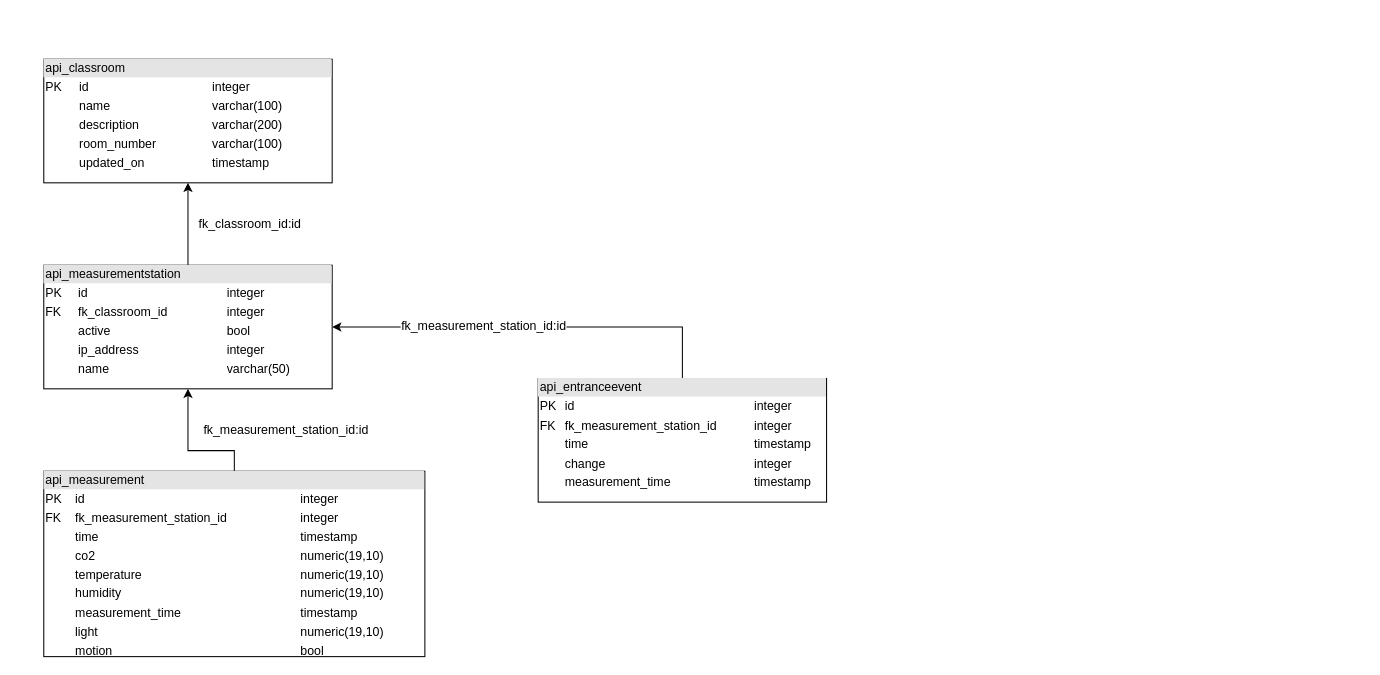
This is Modelle/UML/UML_RelModel_DDI_LE2.drawio from yvokeller/ddi-mc3, a draw.io file, before an edit. Source tidied: cells renumbered, new cells numbered last; positions are measured from the earlier drawing's top-left corner, leaving out a move shared by most shapes. Both pictures are drawn from the tidied source at 103%, with x=0, y=0 at pixel (43, 59).
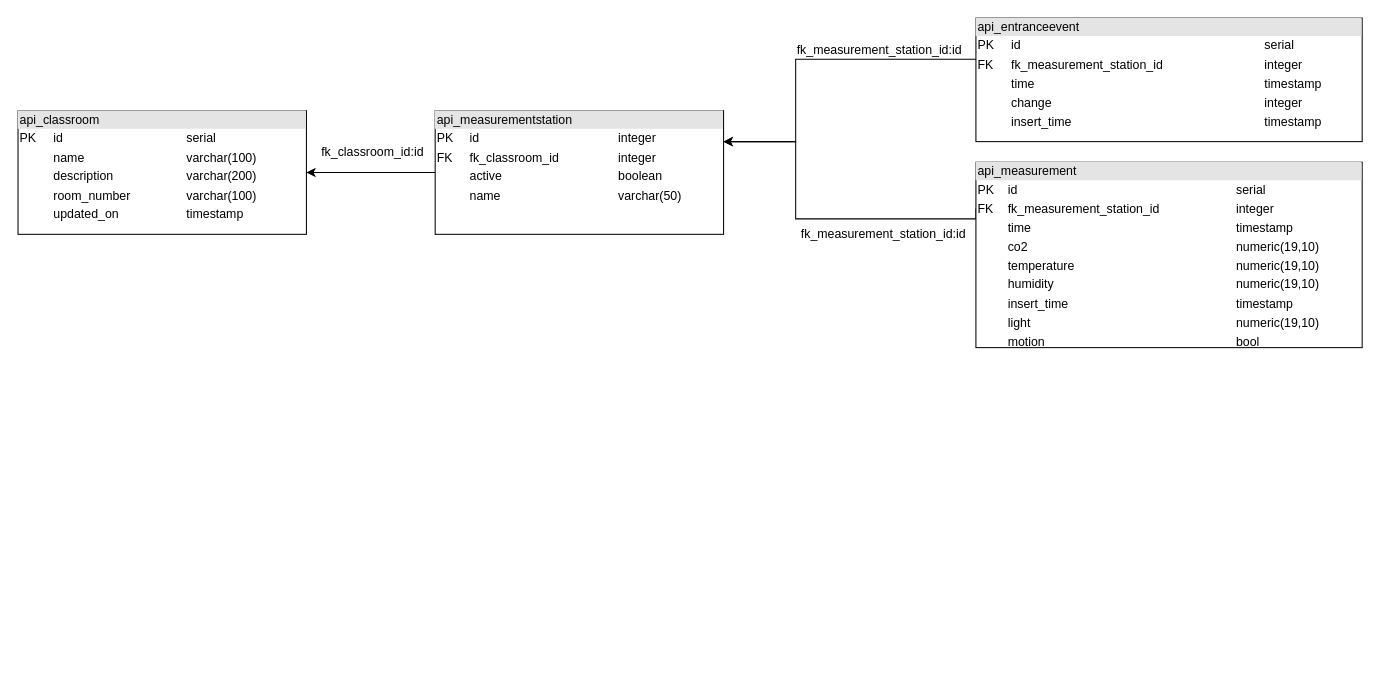
The same diagram, later.

Diff of the diagram source:
```diff
@@
 <mxGraphModel>
   <root>
     <mxCell id="0" />
     <mxCell id="1" parent="0" />
-    <mxCell id="2" value="&lt;div style=&quot;box-sizing: border-box ; width: 100% ; background: #e4e4e4 ; padding: 2px&quot;&gt;api_classroom&lt;/div&gt;&lt;table style=&quot;width: 100% ; font-size: 1em&quot; cellpadding=&quot;2&quot; cellspacing=&quot;0&quot;&gt;&lt;tbody&gt;&lt;tr&gt;&lt;td&gt;PK&lt;/td&gt;&lt;td&gt;id&amp;nbsp;&lt;/td&gt;&lt;td&gt;integer&lt;/td&gt;&lt;/tr&gt;&lt;tr&gt;&lt;td&gt;&lt;/td&gt;&lt;td&gt;name&lt;/td&gt;&lt;td&gt;varchar(100)&lt;/td&gt;&lt;/tr&gt;&lt;tr&gt;&lt;td&gt;&lt;br&gt;&lt;/td&gt;&lt;td&gt;description&lt;/td&gt;&lt;td&gt;varchar(200)&lt;/td&gt;&lt;/tr&gt;&lt;tr&gt;&lt;td&gt;&lt;br&gt;&lt;/td&gt;&lt;td&gt;room_number&lt;/td&gt;&lt;td&gt;varchar(100)&lt;/td&gt;&lt;/tr&gt;&lt;tr&gt;&lt;td&gt;&lt;br&gt;&lt;/td&gt;&lt;td&gt;updated_on&lt;/td&gt;&lt;td&gt;timestamp&lt;/td&gt;&lt;/tr&gt;&lt;/tbody&gt;&lt;/table&gt;" style="verticalAlign=top;align=left;overflow=fill;html=1;" parent="1" vertex="1">
-      <mxGeometry width="280" height="120" as="geometry" />
+    <mxCell id="2" value="&lt;div style=&quot;box-sizing: border-box ; width: 100% ; background: #e4e4e4 ; padding: 2px&quot;&gt;api_classroom&lt;/div&gt;&lt;table style=&quot;width: 100% ; font-size: 1em&quot; cellpadding=&quot;2&quot; cellspacing=&quot;0&quot;&gt;&lt;tbody&gt;&lt;tr&gt;&lt;td&gt;PK&lt;/td&gt;&lt;td&gt;id&amp;nbsp;&lt;/td&gt;&lt;td&gt;serial&lt;/td&gt;&lt;/tr&gt;&lt;tr&gt;&lt;td&gt;&lt;/td&gt;&lt;td&gt;name&lt;/td&gt;&lt;td&gt;varchar(100)&lt;/td&gt;&lt;/tr&gt;&lt;tr&gt;&lt;td&gt;&lt;br&gt;&lt;/td&gt;&lt;td&gt;description&lt;/td&gt;&lt;td&gt;varchar(200)&lt;/td&gt;&lt;/tr&gt;&lt;tr&gt;&lt;td&gt;&lt;br&gt;&lt;/td&gt;&lt;td&gt;room_number&lt;/td&gt;&lt;td&gt;varchar(100)&lt;/td&gt;&lt;/tr&gt;&lt;tr&gt;&lt;td&gt;&lt;br&gt;&lt;/td&gt;&lt;td&gt;updated_on&lt;/td&gt;&lt;td&gt;timestamp&lt;/td&gt;&lt;/tr&gt;&lt;/tbody&gt;&lt;/table&gt;" style="verticalAlign=top;align=left;overflow=fill;html=1;" parent="1" vertex="1">
+      <mxGeometry x="-25" y="50" width="280" height="120" as="geometry" />
     </mxCell>
     <mxCell id="3" style="edgeStyle=orthogonalEdgeStyle;rounded=0;jettySize=auto;html=1;" parent="1" edge="1" source="4" target="2">
       <mxGeometry relative="1" as="geometry" />
     </mxCell>
-    <mxCell id="4" value="&lt;div style=&quot;box-sizing: border-box ; width: 100% ; background: #e4e4e4 ; padding: 2px&quot;&gt;api_measurementstation&lt;/div&gt;&lt;table style=&quot;width: 100% ; font-size: 1em&quot; cellpadding=&quot;2&quot; cellspacing=&quot;0&quot;&gt;&lt;tbody&gt;&lt;tr&gt;&lt;td&gt;PK&lt;/td&gt;&lt;td&gt;id&amp;nbsp;&lt;/td&gt;&lt;td&gt;integer&lt;/td&gt;&lt;/tr&gt;&lt;tr&gt;&lt;td&gt;FK&lt;/td&gt;&lt;td&gt;fk_classroom_id&lt;/td&gt;&lt;td&gt;integer&lt;/td&gt;&lt;/tr&gt;&lt;tr&gt;&lt;td&gt;&lt;br&gt;&lt;/td&gt;&lt;td&gt;active&lt;/td&gt;&lt;td&gt;bool&lt;/td&gt;&lt;/tr&gt;&lt;tr&gt;&lt;td&gt;&lt;br&gt;&lt;/td&gt;&lt;td&gt;ip_address&lt;/td&gt;&lt;td&gt;integer&lt;/td&gt;&lt;/tr&gt;&lt;tr&gt;&lt;td&gt;&lt;br&gt;&lt;/td&gt;&lt;td&gt;name&lt;/td&gt;&lt;td&gt;varchar(50)&lt;/td&gt;&lt;/tr&gt;&lt;/tbody&gt;&lt;/table&gt;" style="verticalAlign=top;align=left;overflow=fill;html=1;" parent="1" vertex="1">
-      <mxGeometry y="200" width="280" height="120" as="geometry" />
+    <mxCell id="4" value="&lt;div style=&quot;box-sizing: border-box ; width: 100% ; background: #e4e4e4 ; padding: 2px&quot;&gt;api_measurementstation&lt;/div&gt;&lt;table style=&quot;width: 100% ; font-size: 1em&quot; cellpadding=&quot;2&quot; cellspacing=&quot;0&quot;&gt;&lt;tbody&gt;&lt;tr&gt;&lt;td&gt;PK&lt;/td&gt;&lt;td&gt;id&amp;nbsp;&lt;/td&gt;&lt;td&gt;integer&lt;/td&gt;&lt;/tr&gt;&lt;tr&gt;&lt;td&gt;FK&lt;/td&gt;&lt;td&gt;fk_classroom_id&lt;/td&gt;&lt;td&gt;integer&lt;/td&gt;&lt;/tr&gt;&lt;tr&gt;&lt;td&gt;&lt;br&gt;&lt;/td&gt;&lt;td&gt;active&lt;/td&gt;&lt;td&gt;boolean&lt;/td&gt;&lt;/tr&gt;&lt;tr&gt;&lt;td&gt;&lt;br&gt;&lt;/td&gt;&lt;td&gt;name&lt;/td&gt;&lt;td&gt;varchar(50)&lt;/td&gt;&lt;/tr&gt;&lt;/tbody&gt;&lt;/table&gt;" style="verticalAlign=top;align=left;overflow=fill;html=1;" parent="1" vertex="1">
+      <mxGeometry x="380" y="50" width="280" height="120" as="geometry" />
     </mxCell>
     <mxCell id="5" value="fk_classroom_id:id" style="text;html=1;align=center;verticalAlign=middle;" parent="1" vertex="1">
-      <mxGeometry x="145" y="150" width="110" height="20" as="geometry" />
+      <mxGeometry x="263.5" y="80" width="110" height="20" as="geometry" />
     </mxCell>
-    <mxCell id="6" style="edgeStyle=orthogonalEdgeStyle;rounded=0;jettySize=auto;html=1;" parent="1" edge="1" source="7" target="4">
+    <mxCell id="6" style="edgeStyle=orthogonalEdgeStyle;rounded=0;jettySize=auto;html=1;exitX=0;exitY=0.25;exitDx=0;exitDy=0;entryX=1;entryY=0.25;entryDx=0;entryDy=0;" parent="1" edge="1" source="7" target="4">
       <mxGeometry relative="1" as="geometry">
         <Array as="points">
-          <mxPoint x="185" y="380" />
-          <mxPoint x="140" y="380" />
+          <mxPoint x="905" y="155" />
+          <mxPoint x="730" y="155" />
+          <mxPoint x="730" y="80" />
         </Array>
       </mxGeometry>
     </mxCell>
-    <mxCell id="7" value="&lt;div style=&quot;box-sizing: border-box ; width: 100% ; background: #e4e4e4 ; padding: 2px&quot;&gt;api_measurement&lt;/div&gt;&lt;table style=&quot;width: 100% ; font-size: 1em&quot; cellpadding=&quot;2&quot; cellspacing=&quot;0&quot;&gt;&lt;tbody&gt;&lt;tr&gt;&lt;td&gt;PK&lt;/td&gt;&lt;td&gt;id&amp;nbsp;&lt;/td&gt;&lt;td&gt;integer&lt;/td&gt;&lt;/tr&gt;&lt;tr&gt;&lt;td&gt;FK&lt;/td&gt;&lt;td&gt;fk_measurement_station_id&lt;/td&gt;&lt;td&gt;integer&lt;/td&gt;&lt;/tr&gt;&lt;tr&gt;&lt;td&gt;&lt;br&gt;&lt;/td&gt;&lt;td&gt;time&lt;/td&gt;&lt;td&gt;timestamp&lt;/td&gt;&lt;/tr&gt;&lt;tr&gt;&lt;td&gt;&lt;br&gt;&lt;/td&gt;&lt;td&gt;co2&lt;/td&gt;&lt;td&gt;numeric(19,10)&lt;/td&gt;&lt;/tr&gt;&lt;tr&gt;&lt;td&gt;&lt;br&gt;&lt;/td&gt;&lt;td&gt;temperature&lt;/td&gt;&lt;td&gt;numeric(19,10)&lt;br&gt;&lt;/td&gt;&lt;/tr&gt;&lt;tr&gt;&lt;td&gt;&lt;br&gt;&lt;/td&gt;&lt;td&gt;humidity&lt;/td&gt;&lt;td&gt;numeric(19,10)&lt;br&gt;&lt;/td&gt;&lt;/tr&gt;&lt;tr&gt;&lt;td&gt;&lt;br&gt;&lt;/td&gt;&lt;td&gt;measurement_time&lt;/td&gt;&lt;td&gt;timestamp&lt;/td&gt;&lt;/tr&gt;&lt;tr&gt;&lt;td&gt;&lt;br&gt;&lt;/td&gt;&lt;td&gt;light&lt;/td&gt;&lt;td&gt;numeric(19,10)&lt;br&gt;&lt;/td&gt;&lt;/tr&gt;&lt;tr&gt;&lt;td&gt;&lt;br&gt;&lt;/td&gt;&lt;td&gt;motion&lt;/td&gt;&lt;td&gt;bool&lt;/td&gt;&lt;/tr&gt;&lt;/tbody&gt;&lt;/table&gt;" style="verticalAlign=top;align=left;overflow=fill;html=1;" parent="1" vertex="1">
-      <mxGeometry y="400" width="370" height="180" as="geometry" />
+    <mxCell id="7" value="&lt;div style=&quot;box-sizing: border-box ; width: 100% ; background: #e4e4e4 ; padding: 2px&quot;&gt;api_measurement&lt;/div&gt;&lt;table style=&quot;width: 100% ; font-size: 1em&quot; cellpadding=&quot;2&quot; cellspacing=&quot;0&quot;&gt;&lt;tbody&gt;&lt;tr&gt;&lt;td&gt;PK&lt;/td&gt;&lt;td&gt;id&amp;nbsp;&lt;/td&gt;&lt;td&gt;serial&lt;/td&gt;&lt;/tr&gt;&lt;tr&gt;&lt;td&gt;FK&lt;/td&gt;&lt;td&gt;fk_measurement_station_id&lt;/td&gt;&lt;td&gt;integer&lt;/td&gt;&lt;/tr&gt;&lt;tr&gt;&lt;td&gt;&lt;br&gt;&lt;/td&gt;&lt;td&gt;time&lt;/td&gt;&lt;td&gt;timestamp&lt;/td&gt;&lt;/tr&gt;&lt;tr&gt;&lt;td&gt;&lt;br&gt;&lt;/td&gt;&lt;td&gt;co2&lt;/td&gt;&lt;td&gt;numeric(19,10)&lt;/td&gt;&lt;/tr&gt;&lt;tr&gt;&lt;td&gt;&lt;br&gt;&lt;/td&gt;&lt;td&gt;temperature&lt;/td&gt;&lt;td&gt;numeric(19,10)&lt;br&gt;&lt;/td&gt;&lt;/tr&gt;&lt;tr&gt;&lt;td&gt;&lt;br&gt;&lt;/td&gt;&lt;td&gt;humidity&lt;/td&gt;&lt;td&gt;numeric(19,10)&lt;br&gt;&lt;/td&gt;&lt;/tr&gt;&lt;tr&gt;&lt;td&gt;&lt;br&gt;&lt;/td&gt;&lt;td&gt;insert_time&lt;/td&gt;&lt;td&gt;timestamp&lt;/td&gt;&lt;/tr&gt;&lt;tr&gt;&lt;td&gt;&lt;br&gt;&lt;/td&gt;&lt;td&gt;light&lt;/td&gt;&lt;td&gt;numeric(19,10)&lt;br&gt;&lt;/td&gt;&lt;/tr&gt;&lt;tr&gt;&lt;td&gt;&lt;br&gt;&lt;/td&gt;&lt;td&gt;motion&lt;/td&gt;&lt;td&gt;bool&lt;/td&gt;&lt;/tr&gt;&lt;/tbody&gt;&lt;/table&gt;" style="verticalAlign=top;align=left;overflow=fill;html=1;" parent="1" vertex="1">
+      <mxGeometry x="905" y="100" width="375" height="180" as="geometry" />
     </mxCell>
     <mxCell id="8" value="fk_measurement_station_id:id" style="text;html=1;align=center;verticalAlign=middle;" parent="1" vertex="1">
-      <mxGeometry x="145" y="350" width="180" height="20" as="geometry" />
+      <mxGeometry x="725" y="160" width="180" height="20" as="geometry" />
     </mxCell>
-    <mxCell id="9" style="edgeStyle=orthogonalEdgeStyle;rounded=0;jettySize=auto;html=1;entryX=1;entryY=0.5;entryDx=0;entryDy=0;" parent="1" edge="1" source="11" target="4">
+    <mxCell id="9" style="edgeStyle=orthogonalEdgeStyle;rounded=0;jettySize=auto;html=1;entryX=1;entryY=0.25;entryDx=0;entryDy=0;exitX=0;exitY=0.5;exitDx=0;exitDy=0;" parent="1" edge="1" source="11" target="4">
       <mxGeometry relative="1" as="geometry">
         <Array as="points">
-          <mxPoint x="620" y="260" />
+          <mxPoint x="950" />
+          <mxPoint x="730" />
+          <mxPoint x="730" y="80" />
         </Array>
       </mxGeometry>
     </mxCell>
     <mxCell id="10" value="fk_measurement_station_id:id" style="text;html=1;align=center;verticalAlign=middle;labelBackgroundColor=#ffffff;" parent="9" vertex="1">
-      <mxGeometry x="0.25" y="-2" relative="1" as="geometry" />
+      <mxGeometry x="0.25" y="-2" relative="1" as="geometry">
+        <mxPoint x="67" y="-8" as="offset" />
+      </mxGeometry>
     </mxCell>
-    <mxCell id="11" value="&lt;div style=&quot;box-sizing: border-box ; width: 100% ; background: #e4e4e4 ; padding: 2px&quot;&gt;api_entranceevent&lt;/div&gt;&lt;table style=&quot;width: 100% ; font-size: 1em&quot; cellpadding=&quot;2&quot; cellspacing=&quot;0&quot;&gt;&lt;tbody&gt;&lt;tr&gt;&lt;td&gt;PK&lt;/td&gt;&lt;td&gt;id&amp;nbsp;&lt;/td&gt;&lt;td&gt;integer&lt;/td&gt;&lt;/tr&gt;&lt;tr&gt;&lt;td&gt;FK&lt;/td&gt;&lt;td&gt;fk_measurement_station_id&lt;br&gt;&lt;/td&gt;&lt;td&gt;integer&lt;/td&gt;&lt;/tr&gt;&lt;tr&gt;&lt;td&gt;&lt;br&gt;&lt;/td&gt;&lt;td&gt;time&lt;/td&gt;&lt;td&gt;timestamp&lt;/td&gt;&lt;/tr&gt;&lt;tr&gt;&lt;td&gt;&lt;br&gt;&lt;/td&gt;&lt;td&gt;change&lt;/td&gt;&lt;td&gt;integer&lt;/td&gt;&lt;/tr&gt;&lt;tr&gt;&lt;td&gt;&lt;br&gt;&lt;/td&gt;&lt;td&gt;measurement_time&lt;/td&gt;&lt;td&gt;timestamp&lt;/td&gt;&lt;/tr&gt;&lt;/tbody&gt;&lt;/table&gt;" style="verticalAlign=top;align=left;overflow=fill;html=1;" parent="1" vertex="1">
-      <mxGeometry x="480" y="310" width="280" height="120" as="geometry" />
+    <mxCell id="11" value="&lt;div style=&quot;box-sizing: border-box ; width: 100% ; background: #e4e4e4 ; padding: 2px&quot;&gt;api_entranceevent&lt;/div&gt;&lt;table style=&quot;width: 100% ; font-size: 1em&quot; cellpadding=&quot;2&quot; cellspacing=&quot;0&quot;&gt;&lt;tbody&gt;&lt;tr&gt;&lt;td&gt;PK&lt;/td&gt;&lt;td&gt;id&amp;nbsp;&lt;/td&gt;&lt;td&gt;serial&lt;/td&gt;&lt;/tr&gt;&lt;tr&gt;&lt;td&gt;FK&lt;/td&gt;&lt;td&gt;fk_measurement_station_id&lt;br&gt;&lt;/td&gt;&lt;td&gt;integer&lt;/td&gt;&lt;/tr&gt;&lt;tr&gt;&lt;td&gt;&lt;br&gt;&lt;/td&gt;&lt;td&gt;time&lt;/td&gt;&lt;td&gt;timestamp&lt;/td&gt;&lt;/tr&gt;&lt;tr&gt;&lt;td&gt;&lt;br&gt;&lt;/td&gt;&lt;td&gt;change&lt;/td&gt;&lt;td&gt;integer&lt;/td&gt;&lt;/tr&gt;&lt;tr&gt;&lt;td&gt;&lt;br&gt;&lt;/td&gt;&lt;td&gt;insert_time&lt;/td&gt;&lt;td&gt;timestamp&lt;/td&gt;&lt;/tr&gt;&lt;/tbody&gt;&lt;/table&gt;" style="verticalAlign=top;align=left;overflow=fill;html=1;" parent="1" vertex="1">
+      <mxGeometry x="905" y="-40" width="375" height="120" as="geometry" />
     </mxCell>
   </root>
 </mxGraphModel>
```
